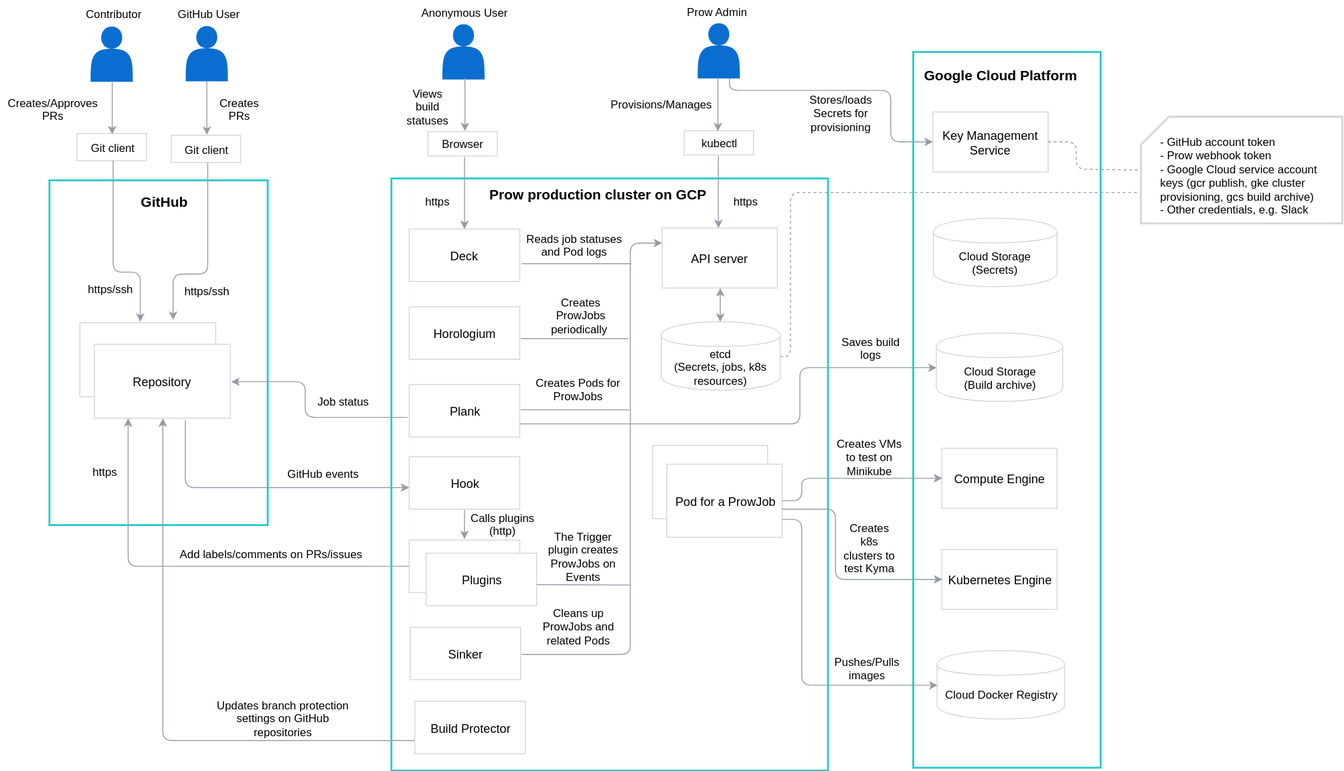
Above: docs/prow/assets/prow-architecture.svg in kyma-project/test-infra (draw.io), before the change. Source tidied: cells renumbered, new cells last; positions are measured from the earlier drawing's top-left corner, leaving out a move shared by most shapes.
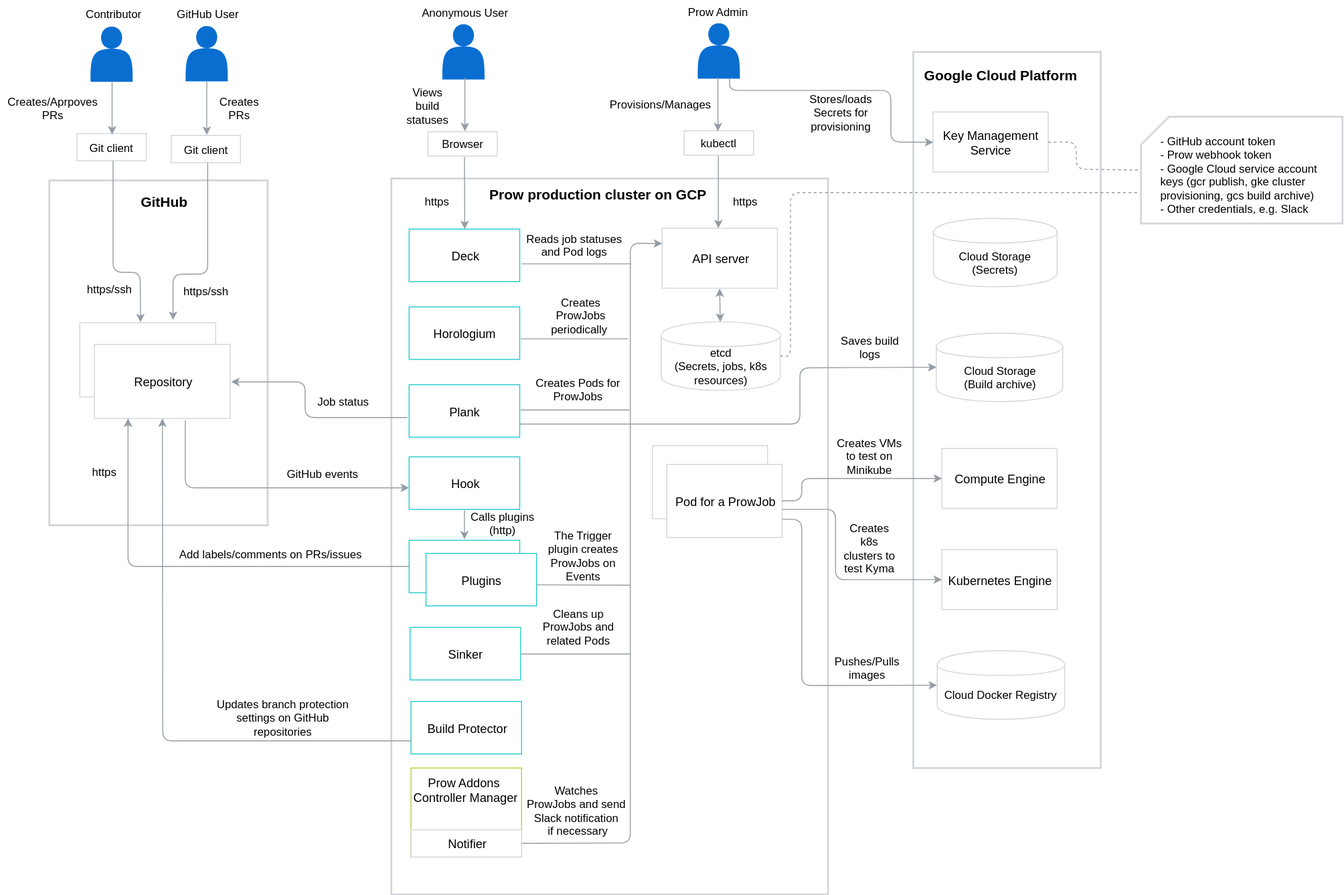
After the commit.

The edit, as a diff of the source:
```diff
@@ -14,13 +14,13 @@
     <mxCell id="5" style="shape=actor;whiteSpace=wrap;html=1;strokeColor=none;strokeWidth=1;fillColor=#0A6ED1;gradientColor=none;fontFamily=Helvetica;fontSize=12;" parent="1" vertex="1">
       <mxGeometry x="744" y="23.4" width="45" height="59" as="geometry" />
     </mxCell>
-    <mxCell id="6" style="rounded=0;whiteSpace=wrap;html=1;strokeColor=#24CACC;strokeWidth=2;" parent="1" vertex="1">
+    <mxCell id="6" style="rounded=0;whiteSpace=wrap;html=1;strokeColor=#D2D5D9;strokeWidth=2;" parent="1" vertex="1">
       <mxGeometry x="52" y="191" width="233" height="368" as="geometry" />
     </mxCell>
-    <mxCell id="7" style="rounded=0;whiteSpace=wrap;html=1;strokeColor=#24CACC;strokeWidth=2;" parent="1" vertex="1">
-      <mxGeometry x="417" y="189" width="466" height="632" as="geometry" />
+    <mxCell id="7" style="rounded=0;whiteSpace=wrap;html=1;strokeColor=#D2D5D9;strokeWidth=2;" parent="1" vertex="1">
+      <mxGeometry x="417" y="189" width="466" height="764" as="geometry" />
     </mxCell>
-    <mxCell id="8" style="rounded=0;whiteSpace=wrap;html=1;strokeColor=#24CACC;strokeWidth=2;" parent="1" vertex="1">
+    <mxCell id="8" style="rounded=0;whiteSpace=wrap;html=1;strokeColor=#D2D5D9;strokeWidth=2;" parent="1" vertex="1">
       <mxGeometry x="974" y="54" width="200" height="764" as="geometry" />
     </mxCell>
     <mxCell id="9" value="&lt;font style=&quot;font-size: 12px&quot;&gt;Contributor&lt;/font&gt;" style="text;html=1;strokeColor=none;fillColor=none;align=center;verticalAlign=middle;whiteSpace=wrap;rounded=0;dashed=1;labelBackgroundColor=none;fontFamily=Helvetica;fontSize=15;fontColor=#000000;" parent="1" vertex="1">
@@ -66,22 +66,27 @@
         </Array>
       </mxGeometry>
     </mxCell>
-    <mxCell id="18" value="&lt;font style=&quot;font-size: 13px&quot;&gt;Deck&lt;/font&gt;" style="rounded=0;whiteSpace=wrap;html=1;strokeColor=#D2D5D9;strokeWidth=1;" parent="1" vertex="1">
+    <mxCell id="18" value="&lt;font style=&quot;font-size: 13px&quot;&gt;Deck&lt;/font&gt;" style="rounded=0;whiteSpace=wrap;html=1;strokeColor=#24CACC;strokeWidth=1;" parent="1" vertex="1">
       <mxGeometry x="436" y="243" width="118" height="56" as="geometry" />
     </mxCell>
-    <mxCell id="19" value="&lt;font style=&quot;font-size: 13px&quot;&gt;Horologium&lt;/font&gt;" style="rounded=0;whiteSpace=wrap;html=1;strokeColor=#D2D5D9;strokeWidth=1;" parent="1" vertex="1">
+    <mxCell id="19" value="&lt;font style=&quot;font-size: 13px&quot;&gt;Horologium&lt;/font&gt;" style="rounded=0;whiteSpace=wrap;html=1;strokeColor=#24CACC;strokeWidth=1;" parent="1" vertex="1">
       <mxGeometry x="436" y="326" width="118" height="56" as="geometry" />
     </mxCell>
-    <mxCell id="20" value="&lt;font style=&quot;font-size: 13px&quot;&gt;Plank&lt;/font&gt;" style="rounded=0;whiteSpace=wrap;html=1;strokeColor=#D2D5D9;strokeWidth=1;" parent="1" vertex="1">
+    <mxCell id="20" value="&lt;font style=&quot;font-size: 13px&quot;&gt;Plank&lt;/font&gt;" style="rounded=0;whiteSpace=wrap;html=1;strokeColor=#24CACC;strokeWidth=1;" parent="1" vertex="1">
       <mxGeometry x="436" y="409" width="118" height="56" as="geometry" />
     </mxCell>
-    <mxCell id="21" value="&lt;font style=&quot;font-size: 13px&quot;&gt;Hook &lt;br&gt;&lt;/font&gt;" style="rounded=0;whiteSpace=wrap;html=1;strokeColor=#D2D5D9;strokeWidth=1;" parent="1" vertex="1">
+    <mxCell id="21" value="&lt;font style=&quot;font-size: 13px&quot;&gt;Hook &lt;br&gt;&lt;/font&gt;" style="rounded=0;whiteSpace=wrap;html=1;strokeColor=#24CACC;strokeWidth=1;" parent="1" vertex="1">
       <mxGeometry x="436" y="486" width="118" height="56" as="geometry" />
     </mxCell>
-    <mxCell id="22" style="rounded=0;whiteSpace=wrap;html=1;strokeColor=#D2D5D9;strokeWidth=1;" parent="1" vertex="1">
+    <mxCell id="22" style="rounded=0;whiteSpace=wrap;html=1;strokeColor=#24CACC;strokeWidth=1;" parent="1" vertex="1">
       <mxGeometry x="436" y="575" width="118" height="56" as="geometry" />
     </mxCell>
+    <mxCell id="92" style="edgeStyle=orthogonalEdgeStyle;rounded=0;html=1;exitX=1;exitY=0.5;exitDx=0;exitDy=0;jettySize=auto;endArrow=none;endFill=0;strokeColor=#959CA4;" parent="1" edge="1" source="23">
+      <mxGeometry relative="1" as="geometry">
+        <mxPoint x="672" y="696.3" as="targetPoint" />
+      </mxGeometry>
+    </mxCell>
-    <mxCell id="23" value="&lt;font style=&quot;font-size: 13px&quot;&gt;Sinker&lt;/font&gt;" style="rounded=0;whiteSpace=wrap;html=1;strokeColor=#D2D5D9;strokeWidth=1;" parent="1" vertex="1">
+    <mxCell id="23" value="&lt;font style=&quot;font-size: 13px&quot;&gt;Sinker&lt;/font&gt;" style="rounded=0;whiteSpace=wrap;html=1;strokeColor=#24CACC;strokeWidth=1;" parent="1" vertex="1">
       <mxGeometry x="437" y="668" width="118" height="56" as="geometry" />
     </mxCell>
     <mxCell id="24" value="&lt;font style=&quot;font-size: 13px&quot;&gt;API server&lt;/font&gt;" style="rounded=0;whiteSpace=wrap;html=1;strokeColor=#D2D5D9;strokeWidth=1;" parent="1" vertex="1">
@@ -139,7 +144,7 @@
     <mxCell id="37" value="GitHub events" style="text;html=1;strokeColor=none;fillColor=none;align=center;verticalAlign=middle;whiteSpace=wrap;rounded=0;" parent="1" vertex="1">
       <mxGeometry x="298" y="494" width="90" height="20" as="geometry" />
     </mxCell>
-    <mxCell id="38" value="&lt;font style=&quot;font-size: 13px&quot;&gt;Plugins&lt;/font&gt;" style="rounded=0;whiteSpace=wrap;html=1;strokeColor=#D2D5D9;strokeWidth=1;" parent="1" vertex="1">
+    <mxCell id="38" value="&lt;font style=&quot;font-size: 13px&quot;&gt;Plugins&lt;/font&gt;" style="rounded=0;whiteSpace=wrap;html=1;strokeColor=#24CACC;strokeWidth=1;" parent="1" vertex="1">
       <mxGeometry x="454" y="589" width="118" height="56" as="geometry" />
     </mxCell>
     <mxCell id="39" style="endArrow=classic;html=1;strokeColor=#959CA4;exitX=0;exitY=0.5;entryX=0.25;entryY=1;" parent="1" edge="1" source="22" target="15">
@@ -175,11 +180,10 @@
         <mxPoint x="495" y="166" as="sourcePoint" />
       </mxGeometry>
     </mxCell>
-    <mxCell id="47" style="endArrow=classic;html=1;strokeColor=#959CA4;entryX=0;entryY=0.25;" parent="1" edge="1" target="24">
+    <mxCell id="47" style="endArrow=classic;html=1;strokeColor=#959CA4;entryX=0;entryY=0.25;exitX=1;exitY=0.5;exitDx=0;exitDy=0;" parent="1" edge="1" source="95" target="24">
       <mxGeometry relative="1" as="geometry">
-        <mxPoint x="556" y="697" as="sourcePoint" />
         <Array as="points">
-          <mxPoint x="672" y="697" />
+          <mxPoint x="672" y="898" />
           <mxPoint x="672" y="258" />
         </Array>
       </mxGeometry>
@@ -372,12 +376,11 @@
         </Array>
       </mxGeometry>
     </mxCell>
-    <mxCell id="89" value="&lt;font style=&quot;font-size: 13px&quot;&gt;Build Protector&lt;/font&gt;" style="rounded=0;whiteSpace=wrap;html=1;strokeColor=#D2D5D9;strokeWidth=1;" parent="1" vertex="1">
-      <mxGeometry x="442" y="747" width="118" height="56" as="geometry" />
+    <mxCell id="89" value="&lt;font style=&quot;font-size: 13px&quot;&gt;Build Protector&lt;/font&gt;" style="rounded=0;whiteSpace=wrap;html=1;strokeColor=#24CACC;strokeWidth=1;" parent="1" vertex="1">
+      <mxGeometry x="438" y="747" width="118" height="56" as="geometry" />
     </mxCell>
-    <mxCell id="90" style="endArrow=classic;html=1;strokeColor=#959CA4;exitX=0;exitY=0.25;entryX=0.5;entryY=1;" parent="1" edge="1" target="15">
+    <mxCell id="90" style="endArrow=classic;html=1;strokeColor=#959CA4;entryX=0.5;entryY=1;exitX=0;exitY=0.75;exitDx=0;exitDy=0;" parent="1" edge="1" source="89" target="15">
       <mxGeometry relative="1" as="geometry">
-        <mxPoint x="442" y="789" as="sourcePoint" />
         <Array as="points">
           <mxPoint x="173" y="789" />
         </Array>
@@ -386,5 +389,17 @@
     <mxCell id="91" value="Updates branch protection settings on GitHub repositories" style="text;html=1;strokeColor=none;fillColor=none;align=center;verticalAlign=middle;whiteSpace=wrap;rounded=0;" parent="1" vertex="1">
       <mxGeometry x="221.5" y="754" width="159" height="20" as="geometry" />
     </mxCell>
+    <mxCell id="93" style="rounded=0;whiteSpace=wrap;html=1;strokeColor=#ACD62F;strokeWidth=1;" parent="1" vertex="1">
+      <mxGeometry x="438" y="818" width="118" height="95" as="geometry" />
+    </mxCell>
+    <mxCell id="94" value="&lt;div style=&quot;text-align: center ; font-size: 13px&quot;&gt;&lt;div&gt;Prow Addons&amp;nbsp;&lt;/div&gt;&lt;div&gt;Controller Manager&lt;/div&gt;&lt;/div&gt;" style="text;html=1;align=left;verticalAlign=top;spacingTop=-4;" parent="1" vertex="1">
+      <mxGeometry x="439" y="823.5" width="121" height="28" as="geometry" />
+    </mxCell>
+    <mxCell id="95" value="&lt;font style=&quot;font-size: 13px&quot;&gt;Notifier&lt;/font&gt;" style="rounded=0;whiteSpace=wrap;html=1;strokeColor=#D2D5D9;strokeWidth=1;" parent="1" vertex="1">
+      <mxGeometry x="438" y="884" width="118" height="29" as="geometry" />
+    </mxCell>
+    <mxCell id="96" value="&lt;div style=&quot;text-align: center&quot;&gt;&lt;span&gt;Watches&amp;nbsp;&lt;/span&gt;&lt;/div&gt;&lt;div style=&quot;text-align: center&quot;&gt;&lt;span&gt;ProwJobs&amp;nbsp;&lt;/span&gt;&lt;span&gt;and send&amp;nbsp;&lt;/span&gt;&lt;/div&gt;&lt;div style=&quot;text-align: center&quot;&gt;&lt;span&gt;Slack&amp;nbsp;&lt;/span&gt;&lt;span&gt;notification&amp;nbsp;&lt;/span&gt;&lt;/div&gt;&lt;div style=&quot;text-align: center&quot;&gt;&lt;span&gt;if necessary&lt;/span&gt;&lt;/div&gt;" style="text;html=1;" parent="1" vertex="1">
+      <mxGeometry x="559.5" y="828.5" width="114" height="61" as="geometry" />
+    </mxCell>
   </root>
 </mxGraphModel>
```
